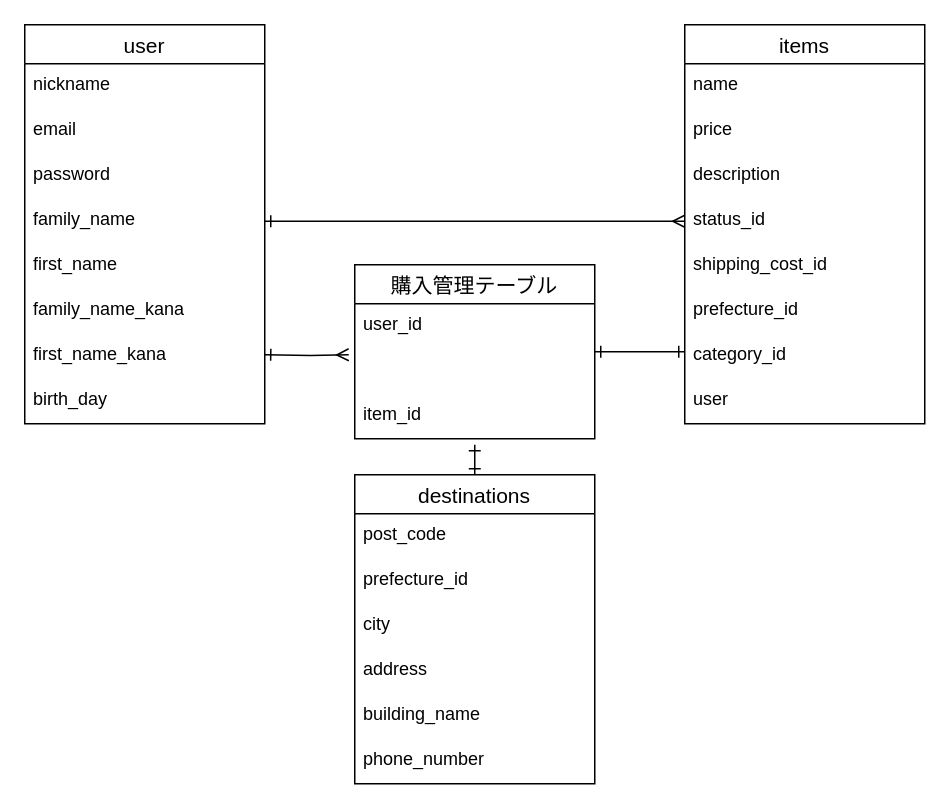
This is furima.dio from pofyusukeyamamoto/furima-35046, a draw.io file, before an edit. Source tidied: cells renumbered, new cells numbered last; positions are measured from the earlier drawing's top-left corner, leaving out a move shared by most shapes. Both pictures are drawn from the tidied source at 150%, with x=0, y=0 at pixel (24, 24).
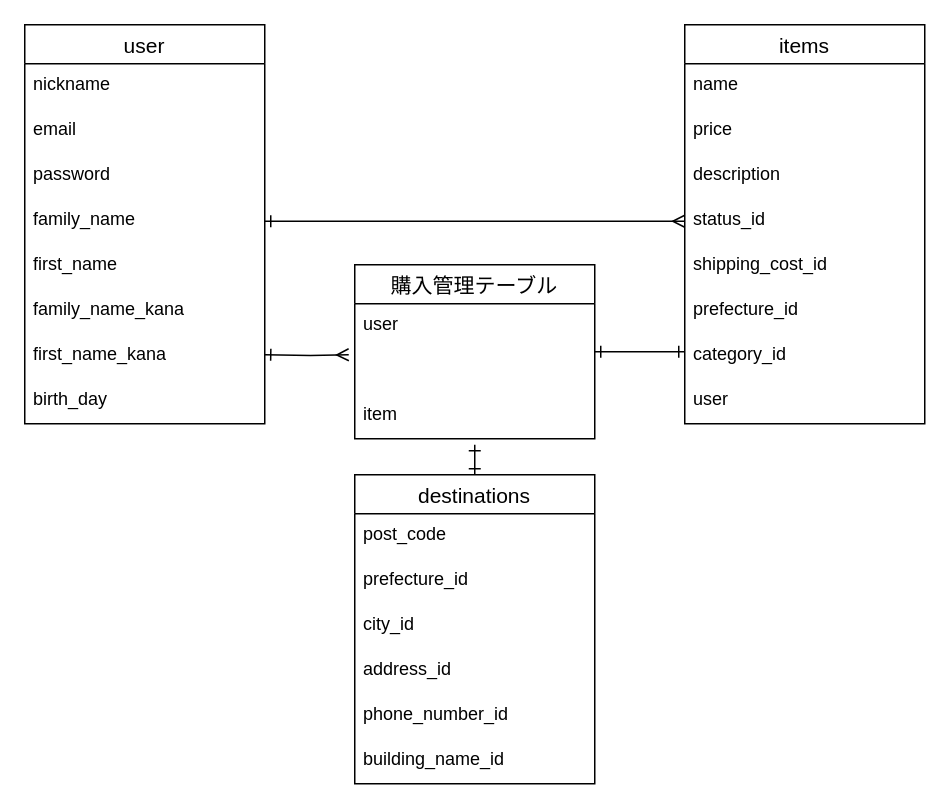
Above is the later version.

Commit message (it also covers changes not shown here):
データベース設計修正４回目

Unchanged cells that the change refers to:
```xml
<mxCell id="12" value="destinations" style="swimlane;fontStyle=0;horizontal=1;startSize=26;align=center;fontSize=14;" parent="1" vertex="1">
  <mxGeometry x="220" y="300" width="160" height="206" as="geometry" />
</mxCell>
<mxCell id="28" value="購入管理テーブル" style="swimlane;fontStyle=0;horizontal=1;startSize=26;align=center;fontSize=14;" parent="1" vertex="1">
  <mxGeometry x="220" y="160" width="160" height="116" as="geometry" />
</mxCell>
```

Change to the diagram source:
```diff
@@
-    <mxCell id="15" value="city&#10;" style="text;strokeColor=none;fillColor=none;spacingLeft=4;spacingRight=4;overflow=hidden;fontSize=12;" parent="12" vertex="1">
+    <mxCell id="15" value="city_id&#10;" style="text;strokeColor=none;fillColor=none;spacingLeft=4;spacingRight=4;overflow=hidden;fontSize=12;" parent="12" vertex="1">
       <mxGeometry y="86" width="160" height="30" as="geometry" />
     </mxCell>
-    <mxCell id="16" value="address" style="text;strokeColor=none;fillColor=none;spacingLeft=4;spacingRight=4;overflow=hidden;fontSize=12;" parent="12" vertex="1">
+    <mxCell id="16" value="address_id&#10;" style="text;strokeColor=none;fillColor=none;spacingLeft=4;spacingRight=4;overflow=hidden;fontSize=12;" parent="12" vertex="1">
       <mxGeometry y="116" width="160" height="30" as="geometry" />
     </mxCell>
+    <mxCell id="18" value="phone_number_id&#10;&#10;" style="text;strokeColor=none;fillColor=none;spacingLeft=4;spacingRight=4;overflow=hidden;fontSize=12;" parent="12" vertex="1">
+      <mxGeometry y="146" width="160" height="30" as="geometry" />
+    </mxCell>
-    <mxCell id="17" value="building_name" style="text;strokeColor=none;fillColor=none;spacingLeft=4;spacingRight=4;overflow=hidden;fontSize=12;" parent="12" vertex="1">
-      <mxGeometry y="146" width="160" height="30" as="geometry" />
+    <mxCell id="17" value="building_name_id" style="text;strokeColor=none;fillColor=none;spacingLeft=4;spacingRight=4;overflow=hidden;fontSize=12;" parent="12" vertex="1">
+      <mxGeometry y="176" width="160" height="30" as="geometry" />
     </mxCell>
-    <mxCell id="18" value="phone_number&#10;" style="text;strokeColor=none;fillColor=none;spacingLeft=4;spacingRight=4;overflow=hidden;fontSize=12;" parent="12" vertex="1">
-      <mxGeometry y="176" width="160" height="30" as="geometry" />
-    </mxCell>
@@
-    <mxCell id="29" value="user_id" style="text;strokeColor=none;fillColor=none;spacingLeft=4;spacingRight=4;overflow=hidden;fontSize=12;" parent="28" vertex="1">
+    <mxCell id="29" value="user" style="text;strokeColor=none;fillColor=none;spacingLeft=4;spacingRight=4;overflow=hidden;fontSize=12;" parent="28" vertex="1">
       <mxGeometry y="26" width="160" height="30" as="geometry" />
     </mxCell>
@@
-    <mxCell id="31" value="item_id" style="text;strokeColor=none;fillColor=none;spacingLeft=4;spacingRight=4;overflow=hidden;fontSize=12;" parent="28" vertex="1">
+    <mxCell id="31" value="item" style="text;strokeColor=none;fillColor=none;spacingLeft=4;spacingRight=4;overflow=hidden;fontSize=12;" parent="28" vertex="1">
       <mxGeometry y="86" width="160" height="30" as="geometry" />
     </mxCell>
```
